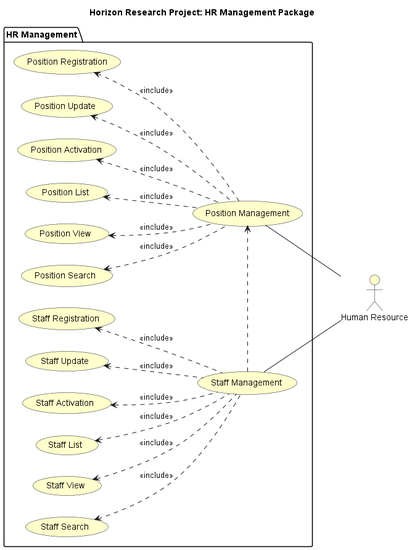
Before: HorizonUml/out/UseCase/Use Case/Packages/HRManagementUseCaseDiagram.png, a diagram exported from PlantUML (mahyaresteki/Horizon). Source of this version:
```plantuml
@startuml
left to right direction

skinparam useCaseBackgroundColor #Business
skinparam actorBackgroundColor #Business

title Horizon Research Project: HR Management Package

:Human Resource: as HR

package "HR Management"{
    usecase "Position Management" as positionManagement
    usecase "Position Registration" as positionRegistration
    usecase "Position Update" as positionUpdate
    usecase "Position Activation" as positionActivation
    usecase "Position List" as positionList
    usecase "Position View" as positionView
    usecase "Position Search" as positionSearch
    usecase "Staff Management" as staffManagement
    usecase "Staff Registration" as staffRegistration
    usecase "Staff Update" as staffUpdate
    usecase "Staff Activation" as staffActivation
    usecase "Staff List" as staffList
    usecase "Staff View" as staffView
    usecase "Staff Search" as staffSearch
}

staffManagement -- HR
positionManagement -- HR

staffManagement .> positionManagement

staffRegistration <.. staffManagement : <<include>>
staffUpdate <.. staffManagement : <<include>>
staffActivation <.. staffManagement : <<include>>
staffList <.. staffManagement : <<include>>
staffView <.. staffManagement : <<include>>
staffSearch <.. staffManagement : <<include>>
positionRegistration <.. positionManagement : <<include>>
positionUpdate <.. positionManagement : <<include>>
positionActivation <.. positionManagement : <<include>>
positionList <.. positionManagement : <<include>>
positionView <.. positionManagement : <<include>>
positionSearch <.. positionManagement : <<include>>

@enduml
```
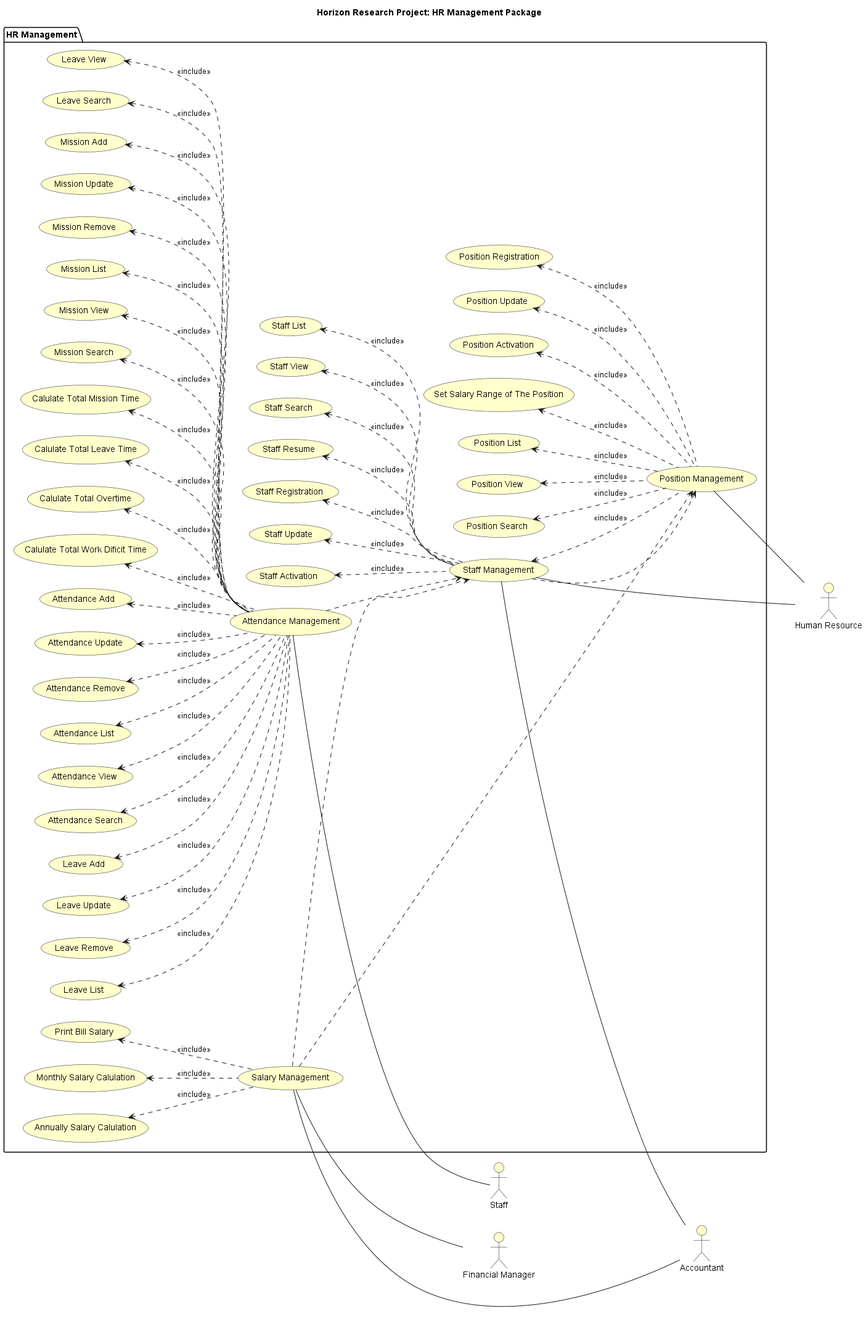
The same diagram one commit later.

Change to the diagram source:
```diff
@@ -6,13 +6,17 @@
 
 title Horizon Research Project: HR Management Package
 
+:Financial Manager: as Fmanager
 :Human Resource: as HR
+:Accountant: as Accountant
+:Staff: as Staff
 
 package "HR Management"{
     usecase "Position Management" as positionManagement
     usecase "Position Registration" as positionRegistration
     usecase "Position Update" as positionUpdate
     usecase "Position Activation" as positionActivation
+    usecase "Set Salary Range of The Position" as setPositionSalaryrange
     usecase "Position List" as positionList
     usecase "Position View" as positionView
     usecase "Position Search" as positionSearch
@@ -23,12 +27,47 @@
     usecase "Staff List" as staffList
     usecase "Staff View" as staffView
     usecase "Staff Search" as staffSearch
+    usecase "Staff Resume" as staffResume
+    usecase "Attendance Management" as attendanceManagement
+    usecase "Attendance Add" as attendanceAdd
+    usecase "Attendance Update" as AttendanceUpdate
+    usecase "Attendance Remove" as AttendanceRemove
+    usecase "Attendance List" as attendanceList
+    usecase "Attendance View" as attendanceView
+    usecase "Attendance Search" as attendanceSearch
+    usecase "Leave Add" as leaveAdd
+    usecase "Leave Update" as leaveUpdate
+    usecase "Leave Remove" as leaveRemove
+    usecase "Leave List" as leaveList
+    usecase "Leave View" as leaveView
+    usecase "Leave Search" as leaveSearch
+    usecase "Mission Add" as missionAdd
+    usecase "Mission Update" as missionUpdate
+    usecase "Mission Remove" as missionRemove
+    usecase "Mission List" as missionList
+    usecase "Mission View" as missionView
+    usecase "Mission Search" as missionSearch
+    usecase "Calulate Total Mission Time" as totalMissionTime
+    usecase "Calulate Total Leave Time" as totalLeaveTime
+    usecase "Calulate Total Overtime" as totalOvertime
+    usecase "Calulate Total Work Dificit Time" as totalWorkDificitTime
+    usecase "Salary Management" as salaryManagement
+    usecase "Monthly Salary Calulation" as monthlySalaryCalculation
+    usecase "Annually Salary Calulation" as annuallySalaryCalculation
+    usecase "Print Bill Salary" as printBillSalary
 }
 
 staffManagement -- HR
 positionManagement -- HR
+staffManagement -- Accountant
+salaryManagement -- Accountant
+salaryManagement -- Fmanager
+attendanceManagement -- Staff
 
-staffManagement .> positionManagement
+staffManagement ..> positionManagement
+attendanceManagement ..> staffManagement
+salaryManagement ..> staffManagement
+salaryManagement ..> positionManagement
 
 staffRegistration <.. staffManagement : <<include>>
 staffUpdate <.. staffManagement : <<include>>
@@ -36,11 +75,38 @@
 staffList <.. staffManagement : <<include>>
 staffView <.. staffManagement : <<include>>
 staffSearch <.. staffManagement : <<include>>
+staffResume <.. staffManagement : <<include>>
 positionRegistration <.. positionManagement : <<include>>
 positionUpdate <.. positionManagement : <<include>>
 positionActivation <.. positionManagement : <<include>>
 positionList <.. positionManagement : <<include>>
 positionView <.. positionManagement : <<include>>
 positionSearch <.. positionManagement : <<include>>
-
+setPositionSalaryrange <.. positionManagement : <<include>>
+staffManagement <.. positionManagement : <<include>>
+monthlySalaryCalculation <.. salaryManagement : <<include>>
+annuallySalaryCalculation <.. salaryManagement : <<include>>
+printBillSalary <.. salaryManagement : <<include>>
+attendanceAdd <.. attendanceManagement : <<include>>
+AttendanceUpdate <.. attendanceManagement : <<include>>
+AttendanceRemove <.. attendanceManagement : <<include>>
+attendanceList <.. attendanceManagement : <<include>>
+attendanceView <.. attendanceManagement : <<include>>
+attendanceSearch <.. attendanceManagement : <<include>>
+leaveAdd <.. attendanceManagement : <<include>>
+leaveUpdate <.. attendanceManagement : <<include>>
+leaveRemove <.. attendanceManagement : <<include>>
+leaveList <.. attendanceManagement : <<include>>
+leaveView <.. attendanceManagement : <<include>>
+leaveSearch <.. attendanceManagement : <<include>>
+missionAdd <.. attendanceManagement : <<include>>
+missionUpdate <.. attendanceManagement : <<include>>
+missionRemove <.. attendanceManagement : <<include>>
+missionList <.. attendanceManagement : <<include>>
+missionView <.. attendanceManagement : <<include>>
+missionSearch <.. attendanceManagement : <<include>>
+totalMissionTime <.. attendanceManagement : <<include>>
+totalLeaveTime <.. attendanceManagement : <<include>>
+totalOvertime <.. attendanceManagement : <<include>>
+totalWorkDificitTime <.. attendanceManagement : <<include>>
 @enduml
```
